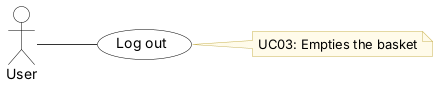
Above: diagrams/uml/14_UC03_log_out.png in JmlAsync/inventory-pos-system (PlantUML), before the change. The source it was exported from:
```plantuml
@startuml
skinparam defaultFontName Arial
skinparam shadowing false
skinparam ArrowColor #333333
skinparam rectangle {
  BackgroundColor White
  BorderColor Black
}
skinparam usecase {
  BackgroundColor White
  BorderColor Black
}
skinparam class {
  BackgroundColor White
  BorderColor Black
  HeaderBackgroundColor #E6F1EE
}
skinparam activity {
  BackgroundColor White
  BorderColor Black
}
skinparam state {
  BackgroundColor White
  BorderColor Black
}
skinparam sequence {
  ParticipantBackgroundColor White
  ParticipantBorderColor Black
  LifeLineBorderColor #888888
  ActorBorderColor Black
  ActorBackgroundColor White
}
skinparam note {
  BackgroundColor #FFFBEA
  BorderColor #C9B458
}
skinparam swimlaneWidth same
hide circle

left to right direction
actor "User" as User
usecase "Log out" as U
User -- U
note right of U
  UC03: Empties the basket
end note
@enduml
```
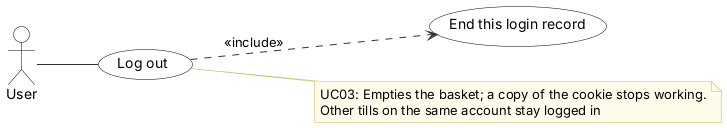
Above is the later version.

Diff of the diagram source:
```diff
@@ -40,8 +40,11 @@
 left to right direction
 actor "User" as User
 usecase "Log out" as U
+usecase "End this login record" as I0
+U ..> I0 : <<include>>
 User -- U
 note right of U
-  UC03: Empties the basket
+  UC03: Empties the basket; a copy of the cookie stops working.
+  Other tills on the same account stay logged in
 end note
 @enduml
```
